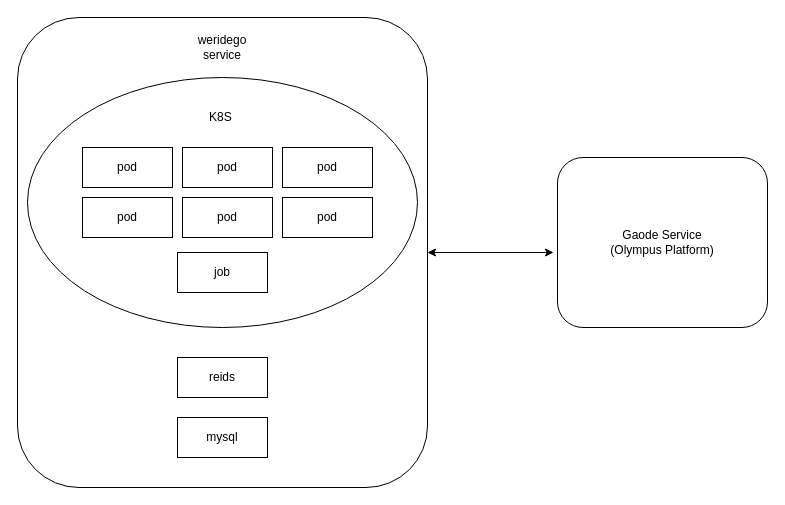
wurh/myDesignDoc keeps this draw.io diagram as 出行项目/GaodeServices.drawio. Above is the earlier version. Source tidied: cells renumbered, new cells numbered last; positions are measured from the earlier drawing's top-left corner, leaving out a move shared by most shapes. Both pictures are drawn from the tidied source at 100%, with x=0, y=0 at pixel (17, 17).
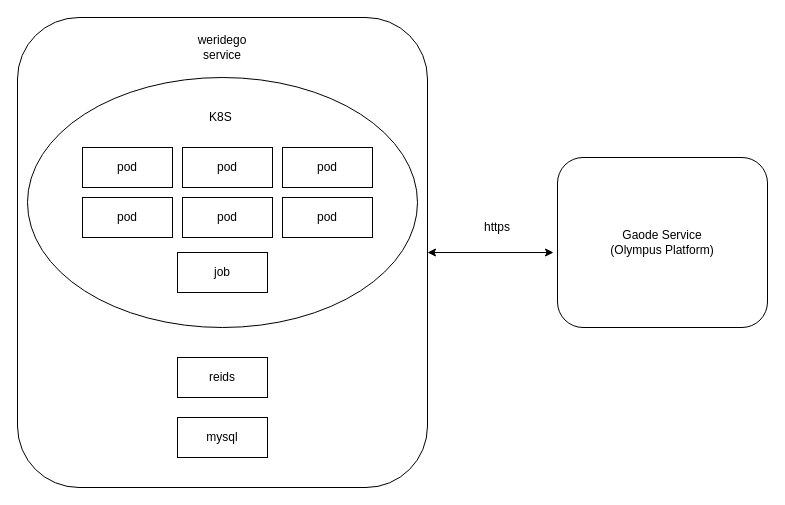
After the change.

Diff of the diagram source:
```diff
@@
 <mxGraphModel>
   <root>
     <mxCell id="0" />
     <mxCell id="1" parent="0" />
     <mxCell id="2" style="rounded=1;whiteSpace=wrap;html=1;" parent="1" vertex="1">
       <mxGeometry width="410" height="470" as="geometry" />
     </mxCell>
     <mxCell id="3" value="Gaode Service&lt;br&gt;(Olympus Platform)" style="rounded=1;whiteSpace=wrap;html=1;" parent="1" vertex="1">
       <mxGeometry x="540" y="140" width="210" height="170" as="geometry" />
     </mxCell>
     <mxCell id="4" value="weridego service" style="text;html=1;strokeColor=none;fillColor=none;align=center;verticalAlign=middle;whiteSpace=wrap;rounded=0;" parent="1" vertex="1">
       <mxGeometry x="185" y="20" width="40" height="20" as="geometry" />
     </mxCell>
     <mxCell id="5" value="reids" style="rounded=0;whiteSpace=wrap;html=1;" parent="1" vertex="1">
       <mxGeometry x="160" y="340" width="90" height="40" as="geometry" />
     </mxCell>
     <mxCell id="6" value="mysql" style="rounded=0;whiteSpace=wrap;html=1;" parent="1" vertex="1">
       <mxGeometry x="160" y="400" width="90" height="40" as="geometry" />
     </mxCell>
     <mxCell id="7" style="ellipse;whiteSpace=wrap;html=1;" parent="1" vertex="1">
       <mxGeometry x="10" y="60" width="390" height="250" as="geometry" />
     </mxCell>
     <mxCell id="8" value="pod" style="rounded=0;whiteSpace=wrap;html=1;" parent="1" vertex="1">
       <mxGeometry x="65" y="130" width="90" height="40" as="geometry" />
     </mxCell>
     <mxCell id="9" value="&lt;span&gt;pod&lt;/span&gt;" style="rounded=0;whiteSpace=wrap;html=1;" parent="1" vertex="1">
       <mxGeometry x="165" y="130" width="90" height="40" as="geometry" />
     </mxCell>
     <mxCell id="10" value="&lt;span&gt;pod&lt;/span&gt;" style="rounded=0;whiteSpace=wrap;html=1;" parent="1" vertex="1">
       <mxGeometry x="65" y="180" width="90" height="40" as="geometry" />
     </mxCell>
     <mxCell id="11" value="&lt;span&gt;pod&lt;/span&gt;" style="rounded=0;whiteSpace=wrap;html=1;" parent="1" vertex="1">
       <mxGeometry x="265" y="130" width="90" height="40" as="geometry" />
     </mxCell>
     <mxCell id="12" value="&lt;span&gt;pod&lt;/span&gt;" style="rounded=0;whiteSpace=wrap;html=1;" parent="1" vertex="1">
       <mxGeometry x="165" y="180" width="90" height="40" as="geometry" />
     </mxCell>
     <mxCell id="13" value="&lt;span&gt;pod&lt;/span&gt;" style="rounded=0;whiteSpace=wrap;html=1;" parent="1" vertex="1">
       <mxGeometry x="265" y="180" width="90" height="40" as="geometry" />
     </mxCell>
     <mxCell id="14" value="job" style="rounded=0;whiteSpace=wrap;html=1;" parent="1" vertex="1">
       <mxGeometry x="160" y="235" width="90" height="40" as="geometry" />
     </mxCell>
     <mxCell id="15" value="K8S&amp;nbsp;" style="text;html=1;strokeColor=none;fillColor=none;align=center;verticalAlign=middle;whiteSpace=wrap;rounded=0;" parent="1" vertex="1">
       <mxGeometry x="185" y="90" width="40" height="20" as="geometry" />
     </mxCell>
     <mxCell id="16" style="endArrow=classic;startArrow=classic;html=1;entryX=-0.019;entryY=0.559;entryDx=0;entryDy=0;entryPerimeter=0;" parent="1" edge="1" source="2" target="3">
       <mxGeometry relative="1" as="geometry" />
     </mxCell>
+    <mxCell id="17" value="https" style="text;html=1;strokeColor=none;fillColor=none;align=center;verticalAlign=middle;whiteSpace=wrap;rounded=0;" parent="1" vertex="1">
+      <mxGeometry x="460" y="200" width="40" height="20" as="geometry" />
+    </mxCell>
   </root>
 </mxGraphModel>
```
